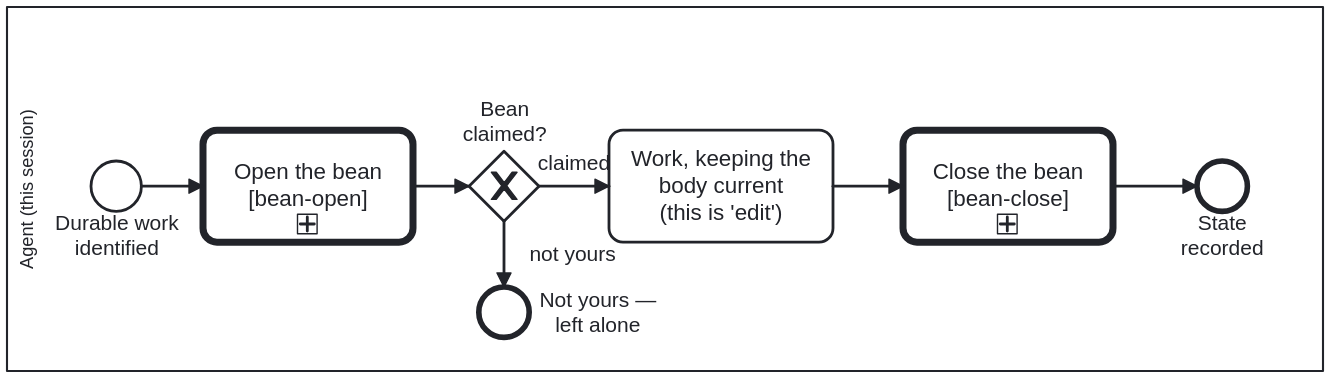
Above: docs/assets/img/workflows/bean-lifecycle.svg in litlfred/cat-harness (BPMN), before the change. Its source is kept beside it as processes/sdlc/bean-lifecycle.bpmn. Ids are renumbered.
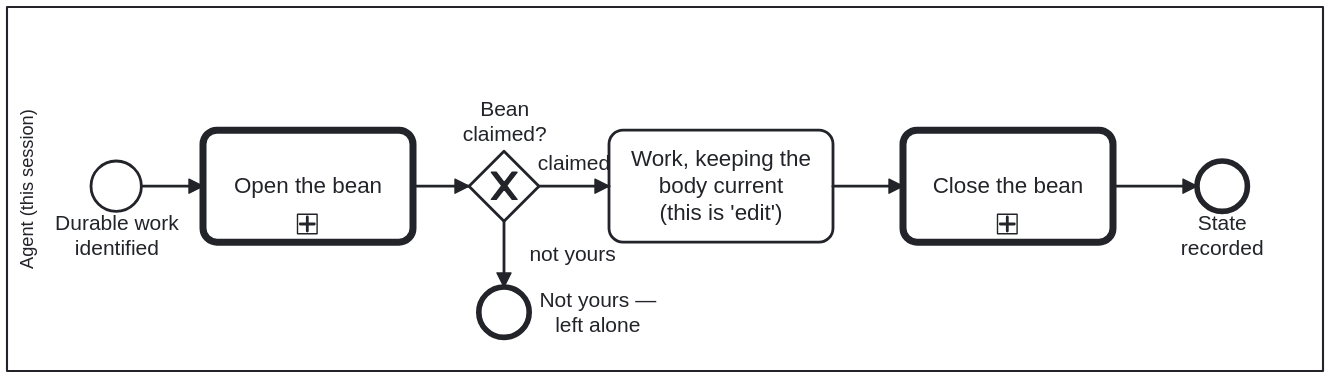
Later version of the same file.

Diff of the diagram source:
```diff
@@ -69,7 +69,7 @@
 
     <bpmn:startEvent id="Start_DurableWork" name="Durable work&#10;identified"/>
 
-    <bpmn:callActivity id="Call_BeanOpen" name="Open the bean&#10;[bean-open]" calledElement="Process_BeanOpen">
+    <bpmn:callActivity id="Call_BeanOpen" name="Open the bean" calledElement="Process_BeanOpen">
       <bpmn:documentation>Check before you create (exact-title search), create the bean when none exists, find out whose it is, and claim it — or leave it alone when a sibling holds it. Process_BeanOpen is the one place a claim is drawn.</bpmn:documentation>
       <bpmn:extensionElements><bootstrap.processes:skill ref="bean-coordination"/></bpmn:extensionElements>
     </bpmn:callActivity>
@@ -91,7 +91,7 @@
       </bpmn:extensionElements>
     </bpmn:task>
 
-    <bpmn:callActivity id="Call_BeanClose" name="Close the bean&#10;[bean-close]" calledElement="Process_BeanClose">
+    <bpmn:callActivity id="Call_BeanClose" name="Close the bean" calledElement="Process_BeanClose">
       <bpmn:documentation>End the bean in a state that says why: done is completed and archived, not wanted is scrapped with its reasons and archived, blocked records what it waits on and goes back to `todo`. Process_BeanClose is the one place resolve and archive are drawn.</bpmn:documentation>
       <bpmn:extensionElements><bootstrap.processes:skill ref="todo-manager"/></bpmn:extensionElements>
     </bpmn:callActivity>
```
